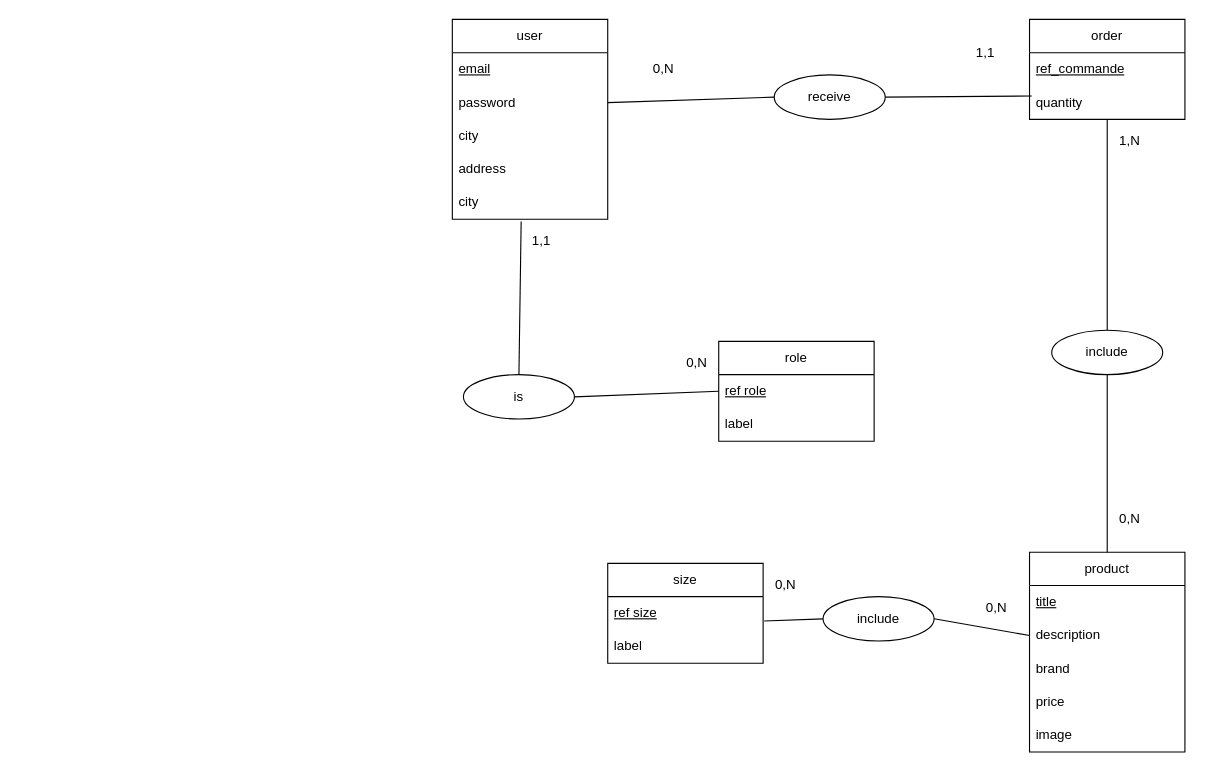
GAUTIERSebastien/MySneaker_back keeps this draw.io diagram as MCD/V1/MCD.drawio. Above is the earlier version. Source tidied: cells renumbered, new cells numbered last; positions are measured from the earlier drawing's top-left corner, leaving out a move shared by most shapes. Both pictures are drawn from the tidied source at 111%, with x=0, y=0 at pixel (452, 19).
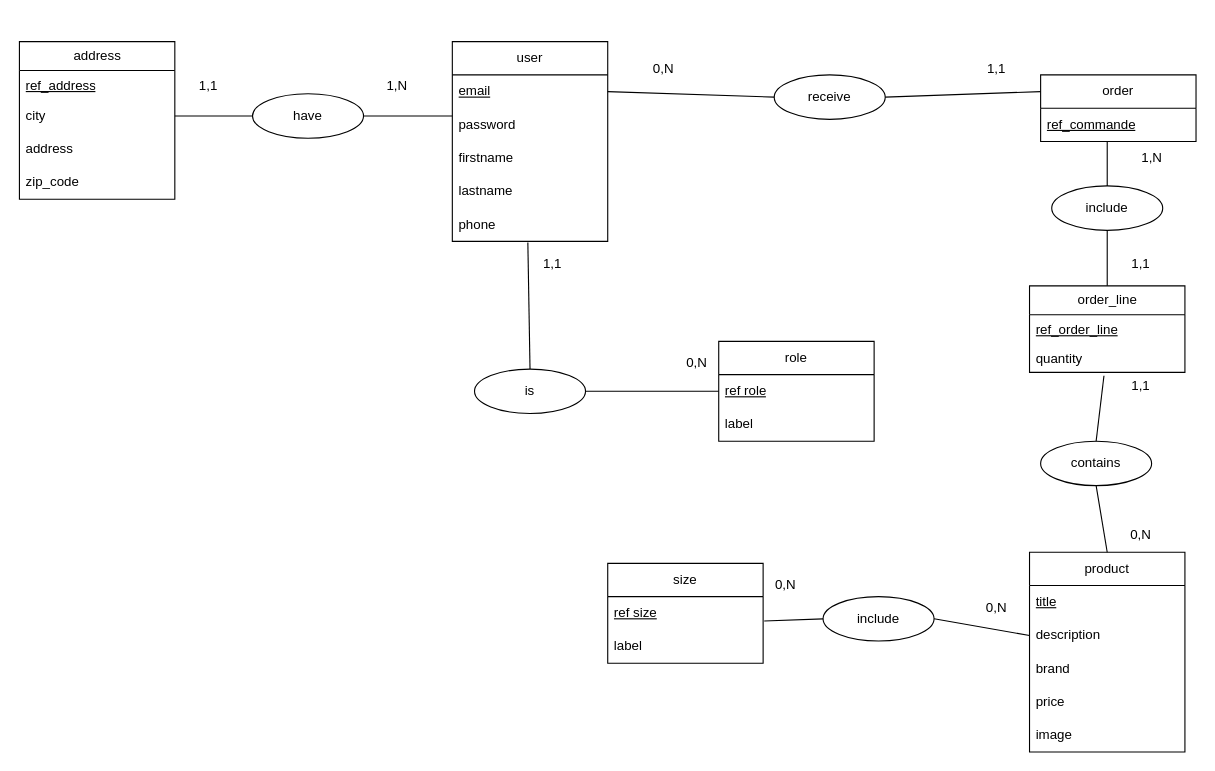
The same page after the edit.

The change refers to these unchanged cells:
```xml
<mxCell id="3" value="&lt;u&gt;email&lt;/u&gt;" style="text;strokeColor=none;fillColor=none;align=left;verticalAlign=middle;spacingLeft=4;spacingRight=4;overflow=hidden;points=[[0,0.5],[1,0.5]];portConstraint=eastwest;whiteSpace=wrap;html=1;" parent="2" vertex="1">
  <mxGeometry y="30" width="140" height="30" as="geometry" />
</mxCell>
<mxCell id="4" value="password" style="text;strokeColor=none;fillColor=none;align=left;verticalAlign=middle;spacingLeft=4;spacingRight=4;overflow=hidden;points=[[0,0.5],[1,0.5]];portConstraint=eastwest;whiteSpace=wrap;html=1;" parent="2" vertex="1">
  <mxGeometry y="60" width="140" height="30" as="geometry" />
</mxCell>
<mxCell id="11" value="product&lt;br&gt;" style="swimlane;fontStyle=0;horizontal=1;startSize=30;whiteSpace=wrap;html=1;" parent="1" vertex="1">
  <mxGeometry x="520" y="480" width="140" height="180" as="geometry" />
</mxCell>
<mxCell id="25" value="receive" style="ellipse;whiteSpace=wrap;html=1;align=center;newEdgeStyle={&quot;edgeStyle&quot;:&quot;entityRelationEdgeStyle&quot;,&quot;startArrow&quot;:&quot;none&quot;,&quot;endArrow&quot;:&quot;none&quot;,&quot;segment&quot;:10,&quot;curved&quot;:1,&quot;sourcePerimeterSpacing&quot;:0,&quot;targetPerimeterSpacing&quot;:0};" parent="1" vertex="1">
  <mxGeometry x="290" y="50" width="100" height="40" as="geometry" />
</mxCell>
```

Diff of the diagram source:
```diff
@@
     <mxCell id="2" value="user" style="swimlane;fontStyle=0;horizontal=1;startSize=30;whiteSpace=wrap;html=1;" parent="1" vertex="1">
-      <mxGeometry width="140" height="180" as="geometry" />
+      <mxGeometry y="20" width="140" height="180" as="geometry" />
     </mxCell>
@@
-    <mxCell id="5" value="city" style="text;strokeColor=none;fillColor=none;align=left;verticalAlign=middle;spacingLeft=4;spacingRight=4;overflow=hidden;whiteSpace=wrap;html=1;" parent="2" vertex="1">
-      <mxGeometry y="90" width="140" height="30" as="geometry" />
-    </mxCell>
-    <mxCell id="6" value="address" style="text;strokeColor=none;fillColor=none;align=left;verticalAlign=middle;spacingLeft=4;spacingRight=4;overflow=hidden;whiteSpace=wrap;html=1;" parent="2" vertex="1">
-      <mxGeometry y="120" width="140" height="30" as="geometry" />
-    </mxCell>
-    <mxCell id="7" value="city" style="text;strokeColor=none;fillColor=none;align=left;verticalAlign=middle;spacingLeft=4;spacingRight=4;overflow=hidden;points=[[0,0.5],[1,0.5]];portConstraint=eastwest;whiteSpace=wrap;html=1;" parent="2" vertex="1">
-      <mxGeometry y="150" width="140" height="30" as="geometry" />
-    </mxCell>
+    <mxCell id="43" value="firstname" style="text;strokeColor=none;fillColor=none;align=left;verticalAlign=middle;spacingLeft=4;spacingRight=4;overflow=hidden;whiteSpace=wrap;html=1;" parent="2" vertex="1">
+      <mxGeometry y="90" width="140" height="30" as="geometry" />
+    </mxCell>
+    <mxCell id="44" value="lastname" style="text;strokeColor=none;fillColor=none;align=left;verticalAlign=middle;spacingLeft=4;spacingRight=4;overflow=hidden;whiteSpace=wrap;html=1;" parent="2" vertex="1">
+      <mxGeometry y="120" width="140" height="30" as="geometry" />
+    </mxCell>
+    <mxCell id="45" value="phone" style="text;strokeColor=none;fillColor=none;align=left;verticalAlign=middle;spacingLeft=4;spacingRight=4;overflow=hidden;points=[[0,0.5],[1,0.5]];portConstraint=eastwest;whiteSpace=wrap;html=1;" parent="2" vertex="1">
+      <mxGeometry y="150" width="140" height="30" as="geometry" />
+    </mxCell>
     <mxCell id="8" value="order" style="swimlane;fontStyle=0;horizontal=1;startSize=30;whiteSpace=wrap;html=1;" parent="1" vertex="1">
-      <mxGeometry x="520" width="140" height="90" as="geometry" />
+      <mxGeometry x="530" y="50" width="140" height="60" as="geometry" />
     </mxCell>
@@
-    <mxCell id="10" value="quantity" style="text;strokeColor=none;fillColor=none;align=left;verticalAlign=middle;spacingLeft=4;spacingRight=4;overflow=hidden;points=[[0,0.5],[1,0.5]];portConstraint=eastwest;whiteSpace=wrap;html=1;" parent="8" vertex="1">
-      <mxGeometry y="60" width="140" height="30" as="geometry" />
-    </mxCell>
@@
     <mxCell id="24" value="include" style="ellipse;whiteSpace=wrap;html=1;align=center;newEdgeStyle={&quot;edgeStyle&quot;:&quot;entityRelationEdgeStyle&quot;,&quot;startArrow&quot;:&quot;none&quot;,&quot;endArrow&quot;:&quot;none&quot;,&quot;segment&quot;:10,&quot;curved&quot;:1,&quot;sourcePerimeterSpacing&quot;:0,&quot;targetPerimeterSpacing&quot;:0};" parent="1" vertex="1">
-      <mxGeometry x="540" y="280" width="100" height="40" as="geometry" />
+      <mxGeometry x="540" y="150" width="100" height="40" as="geometry" />
     </mxCell>
@@
     <mxCell id="26" value="is" style="ellipse;whiteSpace=wrap;html=1;align=center;newEdgeStyle={&quot;edgeStyle&quot;:&quot;entityRelationEdgeStyle&quot;,&quot;startArrow&quot;:&quot;none&quot;,&quot;endArrow&quot;:&quot;none&quot;,&quot;segment&quot;:10,&quot;curved&quot;:1,&quot;sourcePerimeterSpacing&quot;:0,&quot;targetPerimeterSpacing&quot;:0};" parent="1" vertex="1">
-      <mxGeometry x="10" y="320" width="100" height="40" as="geometry" />
+      <mxGeometry x="20" y="315" width="100" height="40" as="geometry" />
     </mxCell>
@@
-    <mxCell id="29" style="endArrow=none;html=1;entryX=0.5;entryY=1;entryDx=0;entryDy=0;exitX=0.5;exitY=0;exitDx=0;exitDy=0;" parent="1" edge="1" source="11" target="24">
-      <mxGeometry relative="1" as="geometry" />
-    </mxCell>
     <mxCell id="30" style="endArrow=none;html=1;exitX=0.5;exitY=0;exitDx=0;exitDy=0;" parent="1" edge="1" source="24">
       <mxGeometry relative="1" as="geometry">
-        <mxPoint x="590" y="90" as="targetPoint" />
+        <mxPoint x="590" y="110" as="targetPoint" />
       </mxGeometry>
     </mxCell>
-    <mxCell id="31" style="endArrow=none;html=1;entryX=0.014;entryY=0.3;entryDx=0;entryDy=0;entryPerimeter=0;exitX=1;exitY=0.5;exitDx=0;exitDy=0;" parent="1" edge="1" source="25">
-      <mxGeometry relative="1" as="geometry">
-        <mxPoint x="522" y="69" as="targetPoint" />
-      </mxGeometry>
+    <mxCell id="31" style="endArrow=none;html=1;entryX=0;entryY=0.25;entryDx=0;entryDy=0;exitX=1;exitY=0.5;exitDx=0;exitDy=0;" parent="1" edge="1" source="25" target="8">
+      <mxGeometry relative="1" as="geometry" />
     </mxCell>
-    <mxCell id="32" style="endArrow=none;html=1;entryX=0;entryY=0.5;entryDx=0;entryDy=0;exitX=1;exitY=0.5;exitDx=0;exitDy=0;" parent="1" edge="1" source="4" target="25">
+    <mxCell id="32" style="endArrow=none;html=1;entryX=0;entryY=0.5;entryDx=0;entryDy=0;exitX=1;exitY=0.5;exitDx=0;exitDy=0;" parent="1" edge="1" source="3" target="25">
       <mxGeometry relative="1" as="geometry" />
     </mxCell>
-    <mxCell id="33" style="endArrow=none;html=1;exitX=0.5;exitY=0;exitDx=0;exitDy=0;entryX=0.443;entryY=1.067;entryDx=0;entryDy=0;entryPerimeter=0;" parent="1" edge="1" source="26" target="7">
+    <mxCell id="33" style="endArrow=none;html=1;exitX=0.5;exitY=0;exitDx=0;exitDy=0;entryX=0.486;entryY=1.033;entryDx=0;entryDy=0;entryPerimeter=0;" parent="1" edge="1" source="26" target="45">
       <mxGeometry relative="1" as="geometry" />
     </mxCell>
@@
     <mxCell id="36" value="1,1" style="text;html=1;align=center;verticalAlign=middle;strokeColor=none;fillColor=none;" parent="1" vertex="1">
-      <mxGeometry x="460" y="15" width="40" height="30" as="geometry" />
+      <mxGeometry x="470" y="30" width="40" height="30" as="geometry" />
     </mxCell>
     <mxCell id="37" value="1,N" style="text;html=1;align=center;verticalAlign=middle;strokeColor=none;fillColor=none;" parent="1" vertex="1">
-      <mxGeometry x="590" y="95" width="40" height="30" as="geometry" />
+      <mxGeometry x="610" y="110" width="40" height="30" as="geometry" />
     </mxCell>
     <mxCell id="38" value="0,N" style="text;html=1;align=center;verticalAlign=middle;strokeColor=none;fillColor=none;" parent="1" vertex="1">
-      <mxGeometry x="590" y="435" width="40" height="30" as="geometry" />
+      <mxGeometry x="600" y="450" width="40" height="30" as="geometry" />
     </mxCell>
@@
     <mxCell id="41" value="1,1" style="text;html=1;align=center;verticalAlign=middle;strokeColor=none;fillColor=none;" parent="1" vertex="1">
-      <mxGeometry x="60" y="185" width="40" height="30" as="geometry" />
+      <mxGeometry x="70" y="205" width="40" height="30" as="geometry" />
     </mxCell>
@@
+    <mxCell id="46" value="order_line" style="swimlane;fontStyle=0;horizontal=1;startSize=26;fillColor=none;html=1;" parent="1" vertex="1">
+      <mxGeometry x="520" y="240" width="140" height="78" as="geometry" />
+    </mxCell>
+    <mxCell id="47" value="&lt;u&gt;ref_order_line&lt;/u&gt;" style="text;strokeColor=none;fillColor=none;align=left;verticalAlign=top;spacingLeft=4;spacingRight=4;overflow=hidden;whiteSpace=wrap;html=1;" parent="46" vertex="1">
+      <mxGeometry y="26" width="140" height="26" as="geometry" />
+    </mxCell>
+    <mxCell id="10" value="quantity" style="text;strokeColor=none;fillColor=none;align=left;verticalAlign=top;spacingLeft=4;spacingRight=4;overflow=hidden;points=[[0,0.5],[1,0.5]];portConstraint=eastwest;whiteSpace=wrap;html=1;" parent="46" vertex="1">
+      <mxGeometry y="52" width="140" height="26" as="geometry" />
+    </mxCell>
+    <mxCell id="48" value="contains" style="ellipse;whiteSpace=wrap;html=1;align=center;newEdgeStyle={&quot;edgeStyle&quot;:&quot;entityRelationEdgeStyle&quot;,&quot;startArrow&quot;:&quot;none&quot;,&quot;endArrow&quot;:&quot;none&quot;,&quot;segment&quot;:10,&quot;curved&quot;:1,&quot;sourcePerimeterSpacing&quot;:0,&quot;targetPerimeterSpacing&quot;:0};" parent="1" vertex="1">
+      <mxGeometry x="530" y="380" width="100" height="40" as="geometry" />
+    </mxCell>
+    <mxCell id="49" style="endArrow=none;html=1;entryX=0.5;entryY=1;entryDx=0;entryDy=0;" parent="1" edge="1" source="46" target="24">
+      <mxGeometry relative="1" as="geometry" />
+    </mxCell>
+    <mxCell id="50" style="endArrow=none;html=1;entryX=0.479;entryY=1.115;entryDx=0;entryDy=0;entryPerimeter=0;exitX=0.5;exitY=0;exitDx=0;exitDy=0;" parent="1" edge="1" source="48" target="10">
+      <mxGeometry relative="1" as="geometry" />
+    </mxCell>
+    <mxCell id="51" style="endArrow=none;html=1;exitX=0.5;exitY=0;exitDx=0;exitDy=0;entryX=0.5;entryY=1;entryDx=0;entryDy=0;" parent="1" edge="1" source="11" target="48">
+      <mxGeometry relative="1" as="geometry" />
+    </mxCell>
+    <mxCell id="52" value="1,1" style="text;html=1;align=center;verticalAlign=middle;strokeColor=none;fillColor=none;" parent="1" vertex="1">
+      <mxGeometry x="600" y="315" width="40" height="30" as="geometry" />
+    </mxCell>
+    <mxCell id="53" value="1,1" style="text;html=1;align=center;verticalAlign=middle;strokeColor=none;fillColor=none;" parent="1" vertex="1">
+      <mxGeometry x="600" y="205" width="40" height="30" as="geometry" />
+    </mxCell>
+    <mxCell id="54" value="address" style="swimlane;fontStyle=0;horizontal=1;startSize=26;fillColor=none;html=1;" parent="1" vertex="1">
+      <mxGeometry x="-390" y="20" width="140" height="142" as="geometry" />
+    </mxCell>
+    <mxCell id="55" value="&lt;u&gt;ref_address&lt;/u&gt;" style="text;strokeColor=none;fillColor=none;align=left;verticalAlign=top;spacingLeft=4;spacingRight=4;overflow=hidden;whiteSpace=wrap;html=1;" parent="54" vertex="1">
+      <mxGeometry y="26" width="140" height="26" as="geometry" />
+    </mxCell>
+    <mxCell id="56" value="city" style="text;strokeColor=none;fillColor=none;align=left;verticalAlign=middle;spacingLeft=4;spacingRight=4;overflow=hidden;points=[[0,0.5],[1,0.5]];portConstraint=eastwest;whiteSpace=wrap;html=1;" parent="54" vertex="1">
+      <mxGeometry y="52" width="140" height="30" as="geometry" />
+    </mxCell>
+    <mxCell id="6" value="address" style="text;strokeColor=none;fillColor=none;align=left;verticalAlign=middle;spacingLeft=4;spacingRight=4;overflow=hidden;whiteSpace=wrap;html=1;" parent="54" vertex="1">
+      <mxGeometry y="82" width="140" height="30" as="geometry" />
+    </mxCell>
+    <mxCell id="57" value="zip_code" style="text;strokeColor=none;fillColor=none;align=left;verticalAlign=middle;spacingLeft=4;spacingRight=4;overflow=hidden;whiteSpace=wrap;html=1;" parent="54" vertex="1">
+      <mxGeometry y="112" width="140" height="30" as="geometry" />
+    </mxCell>
+    <mxCell id="58" value="have" style="ellipse;whiteSpace=wrap;html=1;align=center;newEdgeStyle={&quot;edgeStyle&quot;:&quot;entityRelationEdgeStyle&quot;,&quot;startArrow&quot;:&quot;none&quot;,&quot;endArrow&quot;:&quot;none&quot;,&quot;segment&quot;:10,&quot;curved&quot;:1,&quot;sourcePerimeterSpacing&quot;:0,&quot;targetPerimeterSpacing&quot;:0};" parent="1" vertex="1">
+      <mxGeometry x="-180" y="67" width="100" height="40" as="geometry" />
+    </mxCell>
+    <mxCell id="59" style="endArrow=none;html=1;exitX=1;exitY=0.5;exitDx=0;exitDy=0;" parent="1" edge="1" source="58">
+      <mxGeometry relative="1" as="geometry">
+        <mxPoint y="87" as="targetPoint" />
+      </mxGeometry>
+    </mxCell>
+    <mxCell id="60" style="endArrow=none;html=1;entryX=0;entryY=0.5;entryDx=0;entryDy=0;exitX=1;exitY=0.5;exitDx=0;exitDy=0;" parent="1" edge="1" source="56" target="58">
+      <mxGeometry relative="1" as="geometry" />
+    </mxCell>
+    <mxCell id="61" value="1,1" style="text;html=1;align=center;verticalAlign=middle;strokeColor=none;fillColor=none;" parent="1" vertex="1">
+      <mxGeometry x="-240" y="45" width="40" height="30" as="geometry" />
+    </mxCell>
+    <mxCell id="62" value="1,N" style="text;html=1;align=center;verticalAlign=middle;strokeColor=none;fillColor=none;" parent="1" vertex="1">
+      <mxGeometry x="-70" y="45" width="40" height="30" as="geometry" />
+    </mxCell>
```
